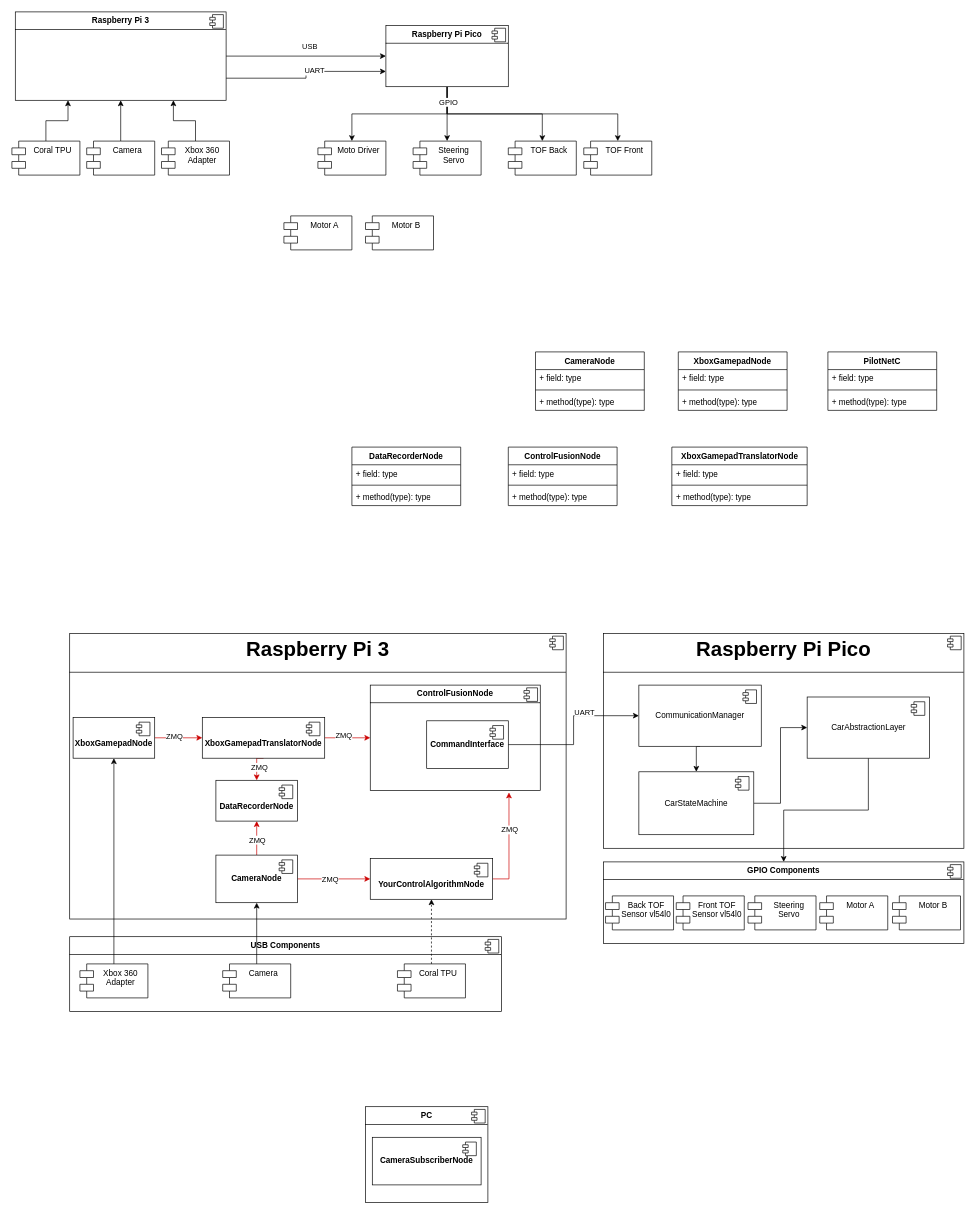
GGArdrey/RaspiCar keeps this draw.io diagram as page "component" (4 of 5) of doc/RPI_Car.drawio. Above is the earlier version. Source tidied: cells renumbered, new cells numbered last; positions are measured from the earlier drawing's top-left corner, leaving out a move shared by most shapes. Both pictures are drawn from the tidied source at 68%, with x=0, y=0 at pixel (12, 12).
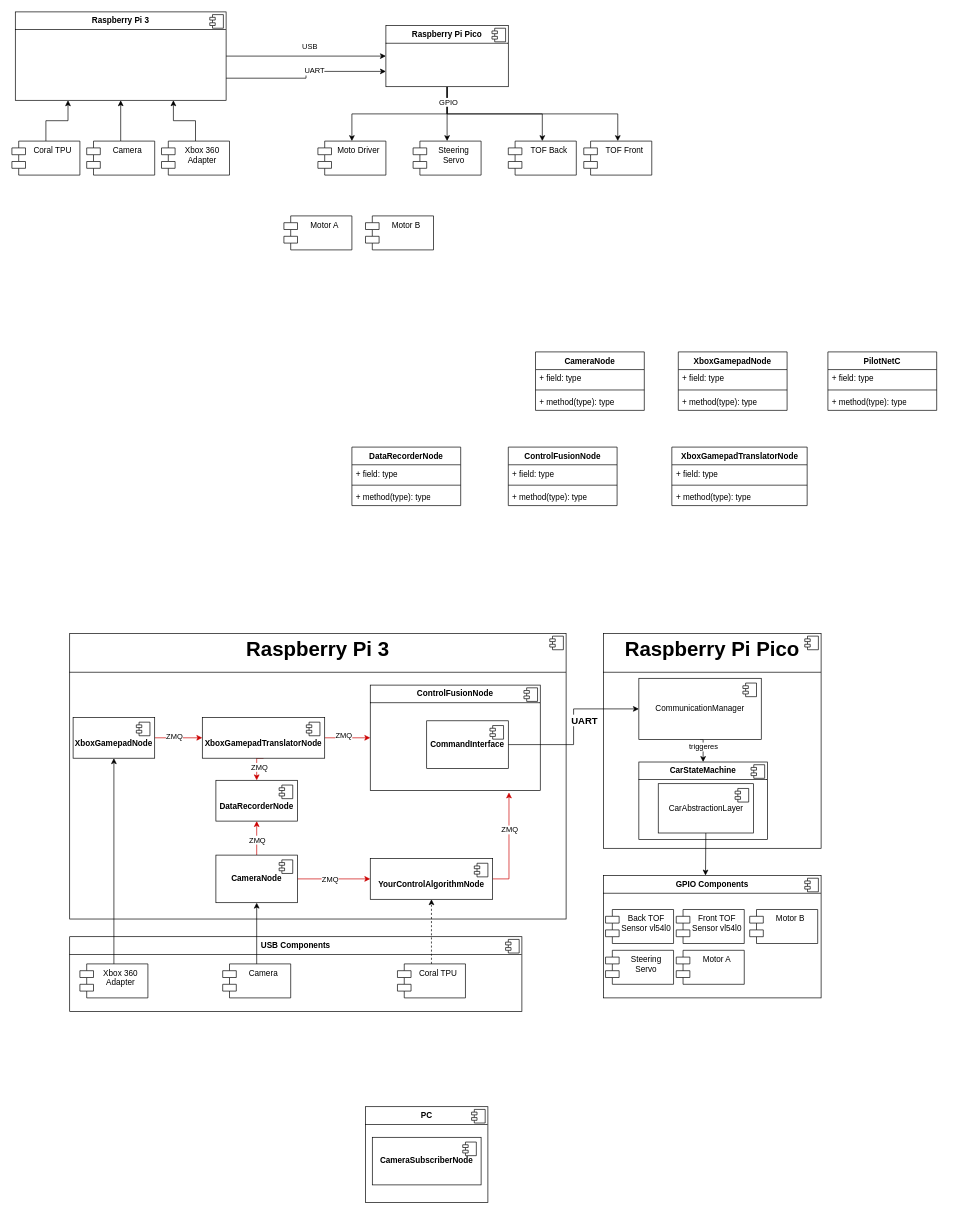
Above is the later version.

The change refers to these unchanged cells:
```xml
<mxCell id="91" style="edgeStyle=orthogonalEdgeStyle;rounded=0;jettySize=auto;html=1;exitX=0.5;exitY=1;exitDx=0;exitDy=0;entryX=0.5;entryY=0;entryDx=0;entryDy=0;" parent="1" edge="1" source="92" target="98">
  <mxGeometry relative="1" as="geometry" />
</mxCell>
<mxCell id="106" style="edgeStyle=orthogonalEdgeStyle;rounded=0;jettySize=auto;html=1;exitX=1;exitY=0.5;exitDx=0;exitDy=0;entryX=0;entryY=0.5;entryDx=0;entryDy=0;" parent="1" edge="1" source="87" target="92">
  <mxGeometry relative="1" as="geometry" />
</mxCell>
```

Change to the diagram source:
```diff
@@
     <mxCell id="2" value="&lt;p style=&quot;margin:0px;margin-top:6px;text-align:center;&quot;&gt;&lt;b&gt;USB Components&lt;/b&gt;&lt;/p&gt;&lt;hr size=&quot;1&quot; style=&quot;border-style:solid;&quot;&gt;&lt;p style=&quot;margin:0px;margin-left:8px;&quot;&gt;&lt;br&gt;&lt;/p&gt;" style="align=left;overflow=fill;html=1;whiteSpace=wrap;" parent="1" vertex="1">
-      <mxGeometry x="85" y="1360" width="635" height="110" as="geometry" />
+      <mxGeometry x="85" y="1360" width="665" height="110" as="geometry" />
     </mxCell>
@@
     <mxCell id="4" value="&lt;p style=&quot;margin:0px;margin-top:6px;text-align:center;&quot;&gt;&lt;b&gt;GPIO Components&lt;/b&gt;&lt;/p&gt;&lt;hr size=&quot;1&quot; style=&quot;border-style:solid;&quot;&gt;&lt;p style=&quot;margin:0px;margin-left:8px;&quot;&gt;&lt;br&gt;&lt;/p&gt;" style="align=left;overflow=fill;html=1;whiteSpace=wrap;" parent="1" vertex="1">
-      <mxGeometry x="870" y="1250" width="530" height="120" as="geometry" />
+      <mxGeometry x="870" y="1270" width="320" height="180" as="geometry" />
     </mxCell>
@@
     <mxCell id="89" value="&lt;p style=&quot;margin: 6px 0px 0px; text-align: center; font-size: 30px;&quot;&gt;&lt;font style=&quot;font-size: 30px;&quot;&gt;&lt;b style=&quot;&quot;&gt;Raspberry Pi Pico&lt;/b&gt;&lt;br&gt;&lt;/font&gt;&lt;/p&gt;&lt;hr size=&quot;1&quot; style=&quot;border-style: solid; font-size: 30px;&quot;&gt;&lt;p style=&quot;margin: 0px 0px 0px 8px; font-size: 30px;&quot;&gt;&lt;br&gt;&lt;/p&gt;" style="align=left;overflow=fill;html=1;whiteSpace=wrap;" parent="1" vertex="1">
-      <mxGeometry x="870" y="914" width="530" height="316" as="geometry" />
+      <mxGeometry x="870" y="914" width="320" height="316" as="geometry" />
     </mxCell>
@@
+    <mxCell id="112" value="triggeres" style="edgeLabel;html=1;align=center;verticalAlign=middle;" parent="91" vertex="1">
+      <mxGeometry x="-0.02" relative="1" as="geometry">
+        <mxPoint y="-3" as="offset" />
+      </mxGeometry>
+    </mxCell>
     <mxCell id="92" value="CommunicationManager" style="html=1;whiteSpace=wrap;" parent="1" vertex="1">
-      <mxGeometry x="922" y="990" width="180" height="90" as="geometry" />
+      <mxGeometry x="922" y="980" width="180" height="90" as="geometry" />
     </mxCell>
@@
-    <mxCell id="94" style="edgeStyle=orthogonalEdgeStyle;rounded=0;jettySize=auto;html=1;exitX=0.5;exitY=1;exitDx=0;exitDy=0;" parent="1" edge="1" source="95" target="4">
-      <mxGeometry relative="1" as="geometry" />
-    </mxCell>
-    <mxCell id="95" value="CarAbstractionLayer" style="html=1;whiteSpace=wrap;" parent="1" vertex="1">
-      <mxGeometry x="1169.5" y="1007.5" width="180" height="90" as="geometry" />
-    </mxCell>
-    <mxCell id="96" style="shape=module;jettyWidth=8;jettyHeight=4;" parent="95" vertex="1">
-      <mxGeometry x="1" width="20" height="20" relative="1" as="geometry">
-        <mxPoint x="-27" y="7" as="offset" />
-      </mxGeometry>
-    </mxCell>
-    <mxCell id="97" style="edgeStyle=orthogonalEdgeStyle;rounded=0;jettySize=auto;html=1;exitX=1;exitY=0.5;exitDx=0;exitDy=0;entryX=0;entryY=0.5;entryDx=0;entryDy=0;" parent="1" edge="1" source="98" target="95">
-      <mxGeometry relative="1" as="geometry" />
-    </mxCell>
-    <mxCell id="98" value="CarStateMachine" style="html=1;whiteSpace=wrap;" parent="1" vertex="1">
-      <mxGeometry x="922" y="1117.5" width="169" height="92.5" as="geometry" />
-    </mxCell>
-    <mxCell id="99" style="shape=module;jettyWidth=8;jettyHeight=4;" parent="98" vertex="1">
-      <mxGeometry x="1" width="20" height="20" relative="1" as="geometry">
-        <mxPoint x="-27" y="7" as="offset" />
-      </mxGeometry>
-    </mxCell>
     <mxCell id="100" value="&lt;div&gt;Front TOF Sensor&amp;nbsp;&lt;span style=&quot;background-color: initial;&quot;&gt;vl54l0&lt;/span&gt;&lt;/div&gt;" style="shape=module;align=left;spacingLeft=20;align=center;verticalAlign=top;whiteSpace=wrap;html=1;" parent="1" vertex="1">
-      <mxGeometry x="977" y="1300" width="100" height="50" as="geometry" />
+      <mxGeometry x="977" y="1320" width="100" height="50" as="geometry" />
     </mxCell>
     <mxCell id="101" value="Steering Servo" style="shape=module;align=left;spacingLeft=20;align=center;verticalAlign=top;whiteSpace=wrap;html=1;" parent="1" vertex="1">
-      <mxGeometry x="1082.5" y="1300" width="100" height="50" as="geometry" />
+      <mxGeometry x="873" y="1380" width="100" height="50" as="geometry" />
     </mxCell>
     <mxCell id="102" value="Motor A" style="shape=module;align=left;spacingLeft=20;align=center;verticalAlign=top;whiteSpace=wrap;html=1;" parent="1" vertex="1">
-      <mxGeometry x="1188" y="1300" width="100" height="50" as="geometry" />
+      <mxGeometry x="977" y="1380" width="100" height="50" as="geometry" />
     </mxCell>
     <mxCell id="103" value="Motor B" style="shape=module;align=left;spacingLeft=20;align=center;verticalAlign=top;whiteSpace=wrap;html=1;" parent="1" vertex="1">
-      <mxGeometry x="1295" y="1300" width="100" height="50" as="geometry" />
+      <mxGeometry x="1085" y="1320" width="100" height="50" as="geometry" />
     </mxCell>
     <mxCell id="104" value="&lt;div&gt;Back TOF Sensor&amp;nbsp;&lt;span style=&quot;background-color: initial;&quot;&gt;vl54l0&lt;/span&gt;&lt;/div&gt;" style="shape=module;align=left;spacingLeft=20;align=center;verticalAlign=top;whiteSpace=wrap;html=1;" parent="1" vertex="1">
-      <mxGeometry x="873" y="1300" width="100" height="50" as="geometry" />
+      <mxGeometry x="873" y="1320" width="100" height="50" as="geometry" />
     </mxCell>
     <mxCell id="105" style="ellipse;whiteSpace=wrap;html=1;align=center;fillColor=none;strokeColor=none;perimeter=centerPerimeter;" parent="1" vertex="1">
-      <mxGeometry x="1259" y="1269" width="10" height="10" as="geometry" />
+      <mxGeometry x="1259" y="1289" width="10" height="10" as="geometry" />
     </mxCell>
@@
-    <mxCell id="107" value="UART" style="edgeLabel;html=1;align=center;verticalAlign=middle;" parent="106" vertex="1">
+    <mxCell id="107" value="UART" style="edgeLabel;html=1;align=center;verticalAlign=middle;fontStyle=1;fontSize=14;" parent="106" vertex="1">
       <mxGeometry x="-0.01" y="2" relative="1" as="geometry">
-        <mxPoint x="17" y="-28" as="offset" />
+        <mxPoint x="17" y="-11" as="offset" />
       </mxGeometry>
     </mxCell>
@@
+    <mxCell id="98" value="&lt;p style=&quot;margin:0px;margin-top:6px;text-align:center;&quot;&gt;&lt;b&gt;CarStateMachine&lt;/b&gt;&lt;br&gt;&lt;/p&gt;&lt;hr size=&quot;1&quot; style=&quot;border-style:solid;&quot;&gt;&lt;p style=&quot;margin:0px;margin-left:8px;&quot;&gt;&lt;br&gt;&lt;/p&gt;" style="align=left;overflow=fill;html=1;whiteSpace=wrap;" parent="1" vertex="1">
+      <mxGeometry x="922" y="1103.1" width="189" height="113.8" as="geometry" />
+    </mxCell>
+    <mxCell id="113" style="shape=component;jettyWidth=8;jettyHeight=4;" parent="98" vertex="1">
+      <mxGeometry x="1" width="20" height="20" relative="1" as="geometry">
+        <mxPoint x="-24" y="4" as="offset" />
+      </mxGeometry>
+    </mxCell>
+    <mxCell id="95" value="CarAbstractionLayer" style="html=1;whiteSpace=wrap;" parent="1" vertex="1">
+      <mxGeometry x="950.5" y="1135" width="140" height="72.5" as="geometry" />
+    </mxCell>
+    <mxCell id="96" style="shape=module;jettyWidth=8;jettyHeight=4;" parent="95" vertex="1">
+      <mxGeometry x="1" width="20" height="20" relative="1" as="geometry">
+        <mxPoint x="-27" y="7" as="offset" />
+      </mxGeometry>
+    </mxCell>
+    <mxCell id="94" style="edgeStyle=orthogonalEdgeStyle;rounded=0;jettySize=auto;html=1;exitX=0.5;exitY=1;exitDx=0;exitDy=0;" parent="1" edge="1" source="95">
+      <mxGeometry relative="1" as="geometry">
+        <mxPoint x="1020" y="1270" as="targetPoint" />
+      </mxGeometry>
+    </mxCell>
```
